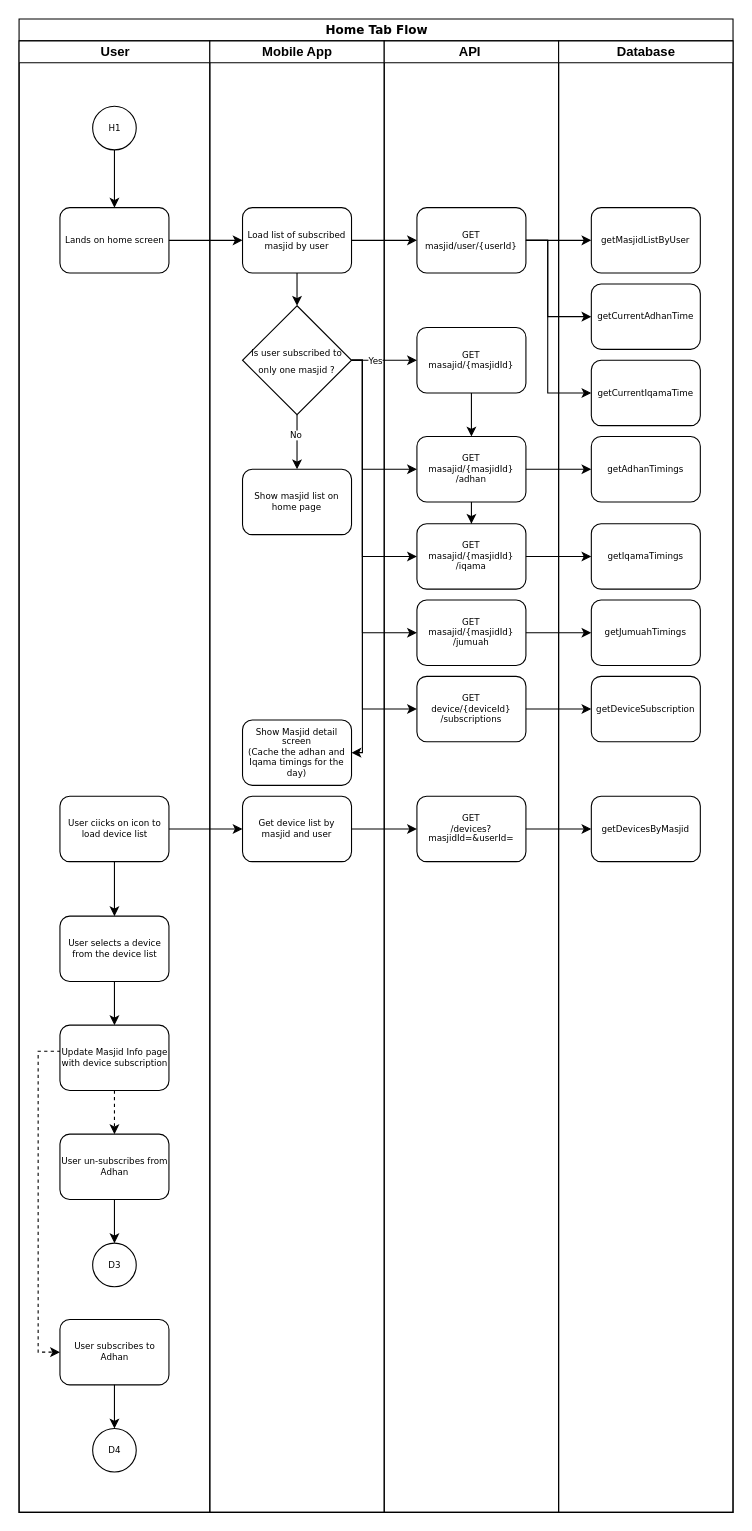
Earlier version of the draw.io diagram page "Home Tab Flow" (7 of 8) of src/docs/Smart Masjid Process Flows.drawio (eSpark-Backup/smart-masjid-app). Source tidied: cells renumbered, new cells numbered last; positions are measured from the earlier drawing's top-left corner, leaving out a move shared by most shapes. Both pictures are drawn from the tidied source at 109%, with x=0, y=0 at pixel (19, 19).
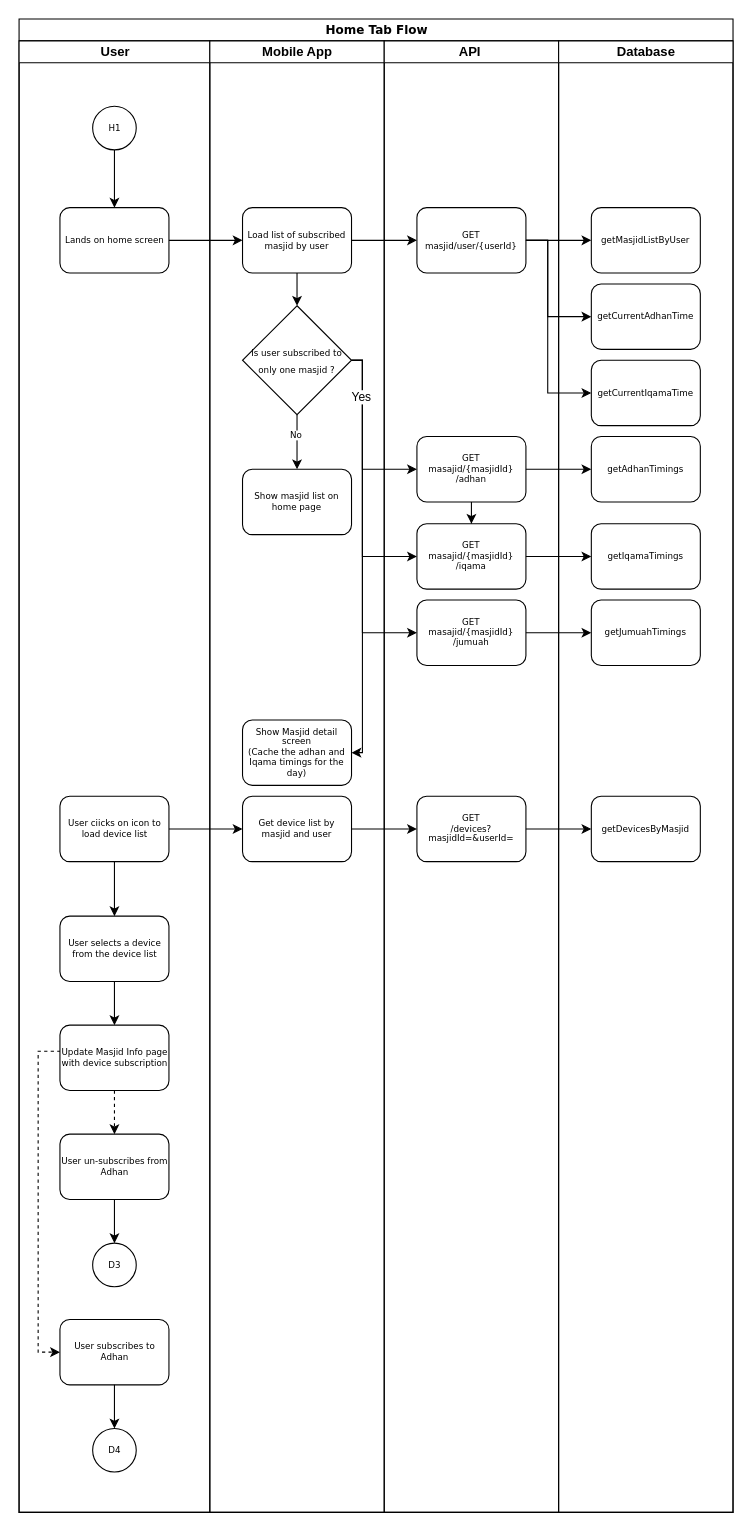
After the change.

The change refers to these unchanged cells:
```xml
<mxCell id="2" value="&lt;font style=&quot;font-size: 11px&quot;&gt;Home Tab Flow&lt;/font&gt;" style="swimlane;html=1;startSize=20;rounded=0;shadow=0;labelBackgroundColor=none;strokeWidth=1;fontFamily=Verdana;fontSize=8;align=center;" parent="1" vertex="1">
  <mxGeometry width="655" height="1370" as="geometry" />
</mxCell>
<mxCell id="26" value="&lt;font face=&quot;Verdana&quot; style=&quot;font-size: 8px;&quot;&gt;Is user subscribed to only one masjid ?&lt;/font&gt;" style="rhombus;whiteSpace=wrap;html=1;" parent="20" vertex="1">
  <mxGeometry x="30" y="243" width="100" height="100" as="geometry" />
</mxCell>
<mxCell id="30" value="API&amp;nbsp;" style="swimlane;html=1;startSize=20;" parent="2" vertex="1">
  <mxGeometry x="335" y="20" width="160" height="1350" as="geometry" />
</mxCell>
<mxCell id="35" value="GET&lt;br&gt;masajid/{masjidId}&lt;br&gt;/adhan" style="rounded=1;whiteSpace=wrap;html=1;shadow=0;labelBackgroundColor=none;strokeWidth=1;fontFamily=Verdana;fontSize=8;align=center;" parent="30" vertex="1">
  <mxGeometry x="30" y="363" width="100" height="60" as="geometry" />
</mxCell>
<mxCell id="53" style="edgeStyle=orthogonalEdgeStyle;rounded=0;jettySize=auto;html=1;entryX=0;entryY=0.5;entryDx=0;entryDy=0;" parent="2" edge="1" source="26" target="39">
  <mxGeometry relative="1" as="geometry">
    <Array as="points">
      <mxPoint x="315" y="313" />
      <mxPoint x="315" y="563" />
    </Array>
  </mxGeometry>
</mxCell>
<mxCell id="54" value="Database" style="swimlane;html=1;startSize=20;" parent="2" vertex="1">
  <mxGeometry x="495" y="20" width="160" height="1350" as="geometry" />
</mxCell>
```

The edit, as a diff of the source:
```diff
@@
-    <mxCell id="32" style="edgeStyle=orthogonalEdgeStyle;rounded=0;jettySize=auto;html=1;fontFamily=Verdana;fontSize=8;" parent="30" edge="1" source="33" target="35">
-      <mxGeometry relative="1" as="geometry" />
-    </mxCell>
-    <mxCell id="33" value="GET&lt;br&gt;masajid/{masjidId}" style="rounded=1;whiteSpace=wrap;html=1;shadow=0;labelBackgroundColor=none;strokeWidth=1;fontFamily=Verdana;fontSize=8;align=center;" parent="30" vertex="1">
-      <mxGeometry x="30" y="263" width="100" height="60" as="geometry" />
-    </mxCell>
@@
-    <mxCell id="37" value="GET&lt;br&gt;device/{deviceId}&lt;br&gt;/subscriptions" style="rounded=1;whiteSpace=wrap;html=1;shadow=0;labelBackgroundColor=none;strokeWidth=1;fontFamily=Verdana;fontSize=8;align=center;" parent="30" vertex="1">
-      <mxGeometry x="30" y="583" width="100" height="60" as="geometry" />
-    </mxCell>
@@
-    <mxCell id="43" style="edgeStyle=orthogonalEdgeStyle;rounded=0;jettySize=auto;html=1;entryX=0;entryY=0.5;entryDx=0;entryDy=0;fontFamily=Verdana;fontSize=8;" parent="2" edge="1" source="26" target="33">
-      <mxGeometry relative="1" as="geometry" />
-    </mxCell>
-    <mxCell id="44" value="Yes" style="edgeLabel;html=1;align=center;verticalAlign=middle;fontSize=8;fontFamily=Verdana;" parent="43" vertex="1">
-      <mxGeometry x="-0.3" relative="1" as="geometry" />
-    </mxCell>
@@
-    <mxCell id="49" style="edgeStyle=orthogonalEdgeStyle;rounded=0;jettySize=auto;html=1;entryX=0;entryY=0.5;entryDx=0;entryDy=0;fontFamily=Verdana;fontSize=8;" parent="2" edge="1" source="26" target="37">
-      <mxGeometry relative="1" as="geometry">
-        <Array as="points">
-          <mxPoint x="315" y="313" />
-          <mxPoint x="315" y="633" />
-        </Array>
-      </mxGeometry>
-    </mxCell>
@@
+    <mxCell id="44" value="Yes" style="edgeLabel;html=1;align=center;verticalAlign=middle;" parent="53" vertex="1">
+      <mxGeometry x="-0.72" y="-2" relative="1" as="geometry" />
+    </mxCell>
@@
-    <mxCell id="62" value="getDeviceSubscription" style="rounded=1;whiteSpace=wrap;html=1;shadow=0;labelBackgroundColor=none;strokeWidth=1;fontFamily=Verdana;fontSize=8;align=center;" parent="54" vertex="1">
-      <mxGeometry x="30" y="583" width="100" height="60" as="geometry" />
-    </mxCell>
@@
-    <mxCell id="66" style="edgeStyle=orthogonalEdgeStyle;rounded=0;jettySize=auto;html=1;" parent="2" edge="1" source="37" target="62">
-      <mxGeometry relative="1" as="geometry" />
-    </mxCell>
```
